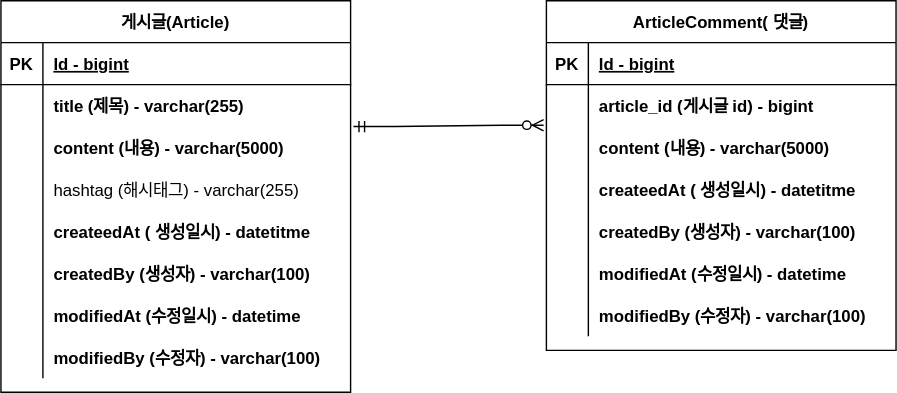
Earlier version of the draw.io export document/project-board-erd.svg (LeeGyuChan/fastcampus-project-board). Source tidied: cells renumbered, new cells last; positions are measured from the earlier drawing's top-left corner, leaving out a move shared by most shapes.
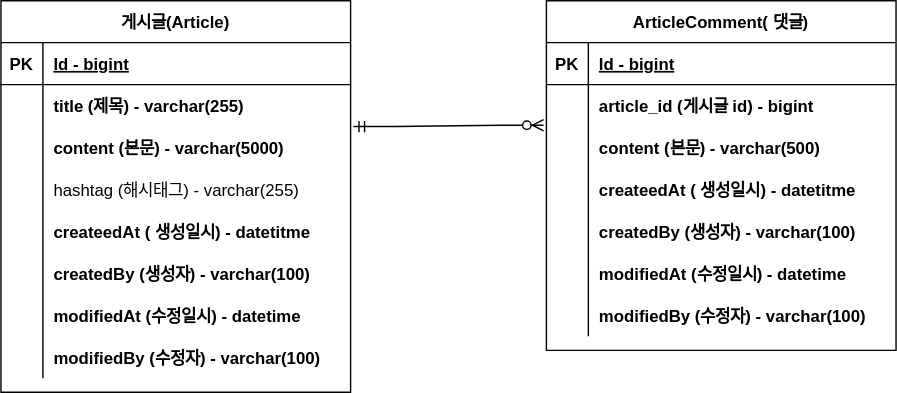
The same file after the commit.

Commit message:
#10 - ERD업데이트 : 본문 사이즈 변경

The edit, as a diff of the source:
```diff
@@ -29,7 +29,7 @@
     <mxCell id="10" style="shape=partialRectangle;overflow=hidden;fillColor=none;top=0;left=0;bottom=0;right=0;" parent="9" vertex="1">
       <mxGeometry width="30" height="30" as="geometry" />
     </mxCell>
-    <mxCell id="11" value="content (내용) - varchar(5000)" style="shape=partialRectangle;overflow=hidden;fillColor=none;top=0;left=0;bottom=0;right=0;align=left;spacingLeft=6;fontStyle=1;" parent="9" vertex="1">
+    <mxCell id="11" value="content (본문) - varchar(5000)" style="shape=partialRectangle;overflow=hidden;fillColor=none;top=0;left=0;bottom=0;right=0;align=left;spacingLeft=6;fontStyle=1;" parent="9" vertex="1">
       <mxGeometry x="30" width="220" height="30" as="geometry" />
     </mxCell>
     <mxCell id="12" style="shape=partialRectangle;fillColor=none;top=0;left=0;right=0;bottom=0;" parent="2" vertex="1">
@@ -104,7 +104,7 @@
     <mxCell id="35" style="shape=partialRectangle;overflow=hidden;fillColor=none;top=0;left=0;bottom=0;right=0;" parent="34" vertex="1">
       <mxGeometry width="30" height="30" as="geometry" />
     </mxCell>
-    <mxCell id="36" value="content (내용) - varchar(5000)" style="shape=partialRectangle;overflow=hidden;fillColor=none;top=0;left=0;bottom=0;right=0;align=left;spacingLeft=6;fontStyle=1;" parent="34" vertex="1">
+    <mxCell id="36" value="content (본문) - varchar(500)" style="shape=partialRectangle;overflow=hidden;fillColor=none;top=0;left=0;bottom=0;right=0;align=left;spacingLeft=6;fontStyle=1;" parent="34" vertex="1">
       <mxGeometry x="30" width="220" height="30" as="geometry" />
     </mxCell>
     <mxCell id="37" style="shape=partialRectangle;fillColor=none;top=0;left=0;right=0;bottom=0;" parent="27" vertex="1">
```
